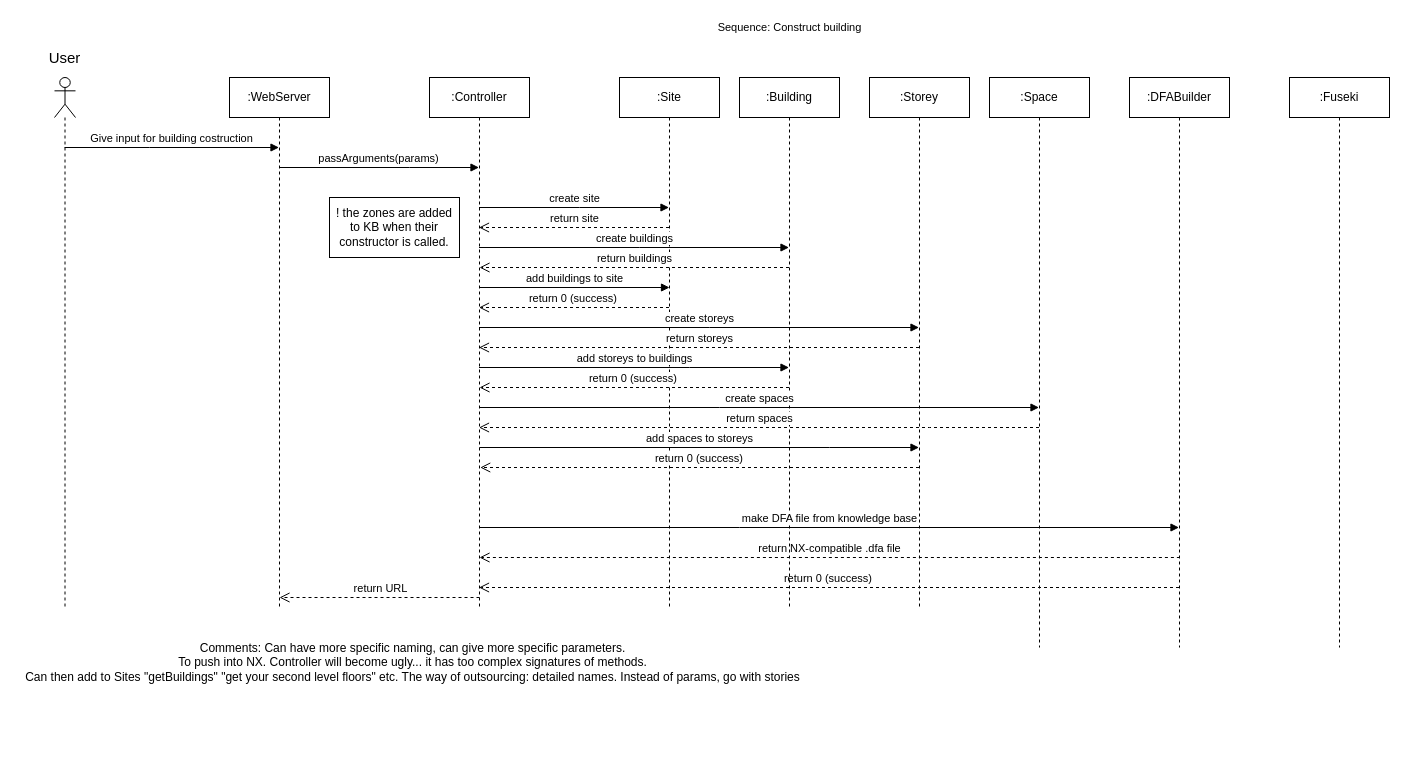
The draw.io diagram page "SeqConstruct" (5 of 9) of Diagrams/Diagrams.drawio in Hallvaeb/automation-p2-construction-knowledge-base, before the edit. Source tidied: cells renumbered, new cells numbered last; positions are measured from the earlier drawing's top-left corner, leaving out a move shared by most shapes. Both pictures are drawn from the tidied source at 100%, with x=0, y=0 at pixel (17, 17).
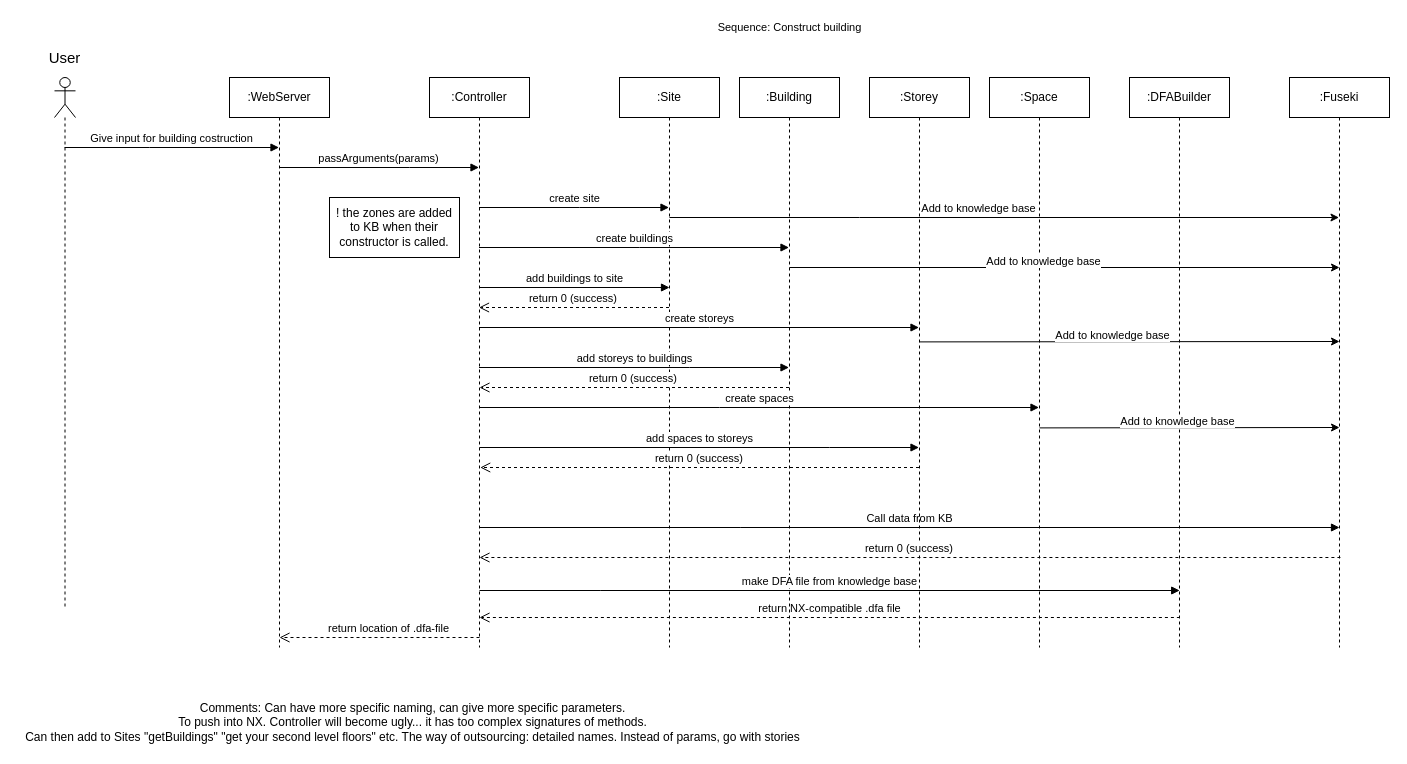
The same diagram, later.

The change refers to these unchanged cells:
```xml
<mxCell id="6" value=":DFABuilder" style="shape=umlLifeline;perimeter=lifelinePerimeter;whiteSpace=wrap;html=1;outlineConnect=0;" parent="1" vertex="1">
  <mxGeometry x="1112" y="60" width="100" height="570" as="geometry" />
</mxCell>
<mxCell id="13" value=":Space" style="shape=umlLifeline;perimeter=lifelinePerimeter;whiteSpace=wrap;html=1;outlineConnect=0;" parent="1" vertex="1">
  <mxGeometry x="972" y="60" width="100" height="570" as="geometry" />
</mxCell>
<mxCell id="34" value=":Fuseki" style="shape=umlLifeline;perimeter=lifelinePerimeter;whiteSpace=wrap;html=1;outlineConnect=0;" parent="1" vertex="1">
  <mxGeometry x="1272" y="60" width="100" height="570" as="geometry" />
</mxCell>
```

Change to the diagram source:
```diff
@@
     <mxCell id="3" value=":WebServer" style="shape=umlLifeline;perimeter=lifelinePerimeter;whiteSpace=wrap;html=1;outlineConnect=0;" parent="1" vertex="1">
-      <mxGeometry x="212" y="60" width="100" height="530" as="geometry" />
+      <mxGeometry x="212" y="60" width="100" height="570" as="geometry" />
     </mxCell>
@@
     <mxCell id="5" value=":Controller" style="shape=umlLifeline;perimeter=lifelinePerimeter;whiteSpace=wrap;html=1;outlineConnect=0;" parent="1" vertex="1">
-      <mxGeometry x="412" y="60" width="100" height="530" as="geometry" />
+      <mxGeometry x="412" y="60" width="100" height="570" as="geometry" />
     </mxCell>
+    <mxCell id="33" value="return location of .dfa-file" style="html=1;verticalAlign=bottom;endArrow=open;dashed=1;endSize=8;rounded=0;" parent="5" edge="1">
+      <mxGeometry x="-0.1" relative="1" as="geometry">
+        <mxPoint x="50" y="560" as="sourcePoint" />
+        <mxPoint x="-150" y="560" as="targetPoint" />
+        <Array as="points">
+          <mxPoint x="-49.1" y="560" />
+          <mxPoint x="-99.1" y="560" />
+        </Array>
+        <mxPoint x="-1" as="offset" />
+      </mxGeometry>
+    </mxCell>
@@
-    <mxCell id="9" value="return site" style="html=1;verticalAlign=bottom;endArrow=open;dashed=1;endSize=8;rounded=0;" parent="1" edge="1" source="17" target="5">
-      <mxGeometry relative="1" as="geometry">
-        <Array as="points">
-          <mxPoint x="562" y="210" />
-        </Array>
-      </mxGeometry>
-    </mxCell>
-    <mxCell id="10" value="return 0 (success)&amp;nbsp;" style="html=1;verticalAlign=bottom;endArrow=open;dashed=1;endSize=8;rounded=0;" parent="1" edge="1" source="6" target="5">
-      <mxGeometry relative="1" as="geometry">
-        <Array as="points">
-          <mxPoint x="1082" y="570" />
-        </Array>
-      </mxGeometry>
-    </mxCell>
@@
     <mxCell id="12" value="Comments: Can have more specific naming, can give more specific parameters. &lt;br&gt;To push into NX. Controller will become ugly... it has too complex signatures of methods.&lt;br&gt;Can then add to Sites &quot;getBuildings&quot; &quot;get your second level floors&quot; etc. The way of outsourcing: detailed names. Instead of params, go with stories" style="text;html=1;align=center;verticalAlign=middle;strokeColor=none;fillColor=none;" parent="1" vertex="1">
-      <mxGeometry y="620" width="790" height="50" as="geometry" />
+      <mxGeometry y="680" width="790" height="50" as="geometry" />
     </mxCell>
@@
-    <mxCell id="14" value=":Storey" style="shape=umlLifeline;perimeter=lifelinePerimeter;whiteSpace=wrap;html=1;outlineConnect=0;" parent="13" vertex="1">
-      <mxGeometry x="-120" width="100" height="530" as="geometry" />
-    </mxCell>
-    <mxCell id="15" value="return NX-compatible .dfa file" style="html=1;verticalAlign=bottom;endArrow=open;dashed=1;endSize=8;rounded=0;" parent="14" edge="1">
-      <mxGeometry relative="1" as="geometry">
-        <mxPoint x="310.4" y="480" as="sourcePoint" />
-        <mxPoint x="-390" y="480" as="targetPoint" />
-        <Array as="points">
-          <mxPoint x="230.9" y="480" />
-        </Array>
-      </mxGeometry>
-    </mxCell>
@@
     <mxCell id="17" value=":Site" style="shape=umlLifeline;perimeter=lifelinePerimeter;whiteSpace=wrap;html=1;outlineConnect=0;" parent="1" vertex="1">
-      <mxGeometry x="602" y="60" width="100" height="530" as="geometry" />
+      <mxGeometry x="602" y="60" width="100" height="570" as="geometry" />
     </mxCell>
@@
+    <mxCell id="35" style="endArrow=classic;html=1;rounded=0;" parent="17" edge="1" target="34">
+      <mxGeometry relative="1" as="geometry">
+        <mxPoint x="50" y="140" as="sourcePoint" />
+        <Array as="points">
+          <mxPoint x="240" y="140" />
+        </Array>
+      </mxGeometry>
+    </mxCell>
+    <mxCell id="36" value="Add to knowledge base" style="edgeLabel;html=1;align=center;verticalAlign=middle;" parent="35" vertex="1">
+      <mxGeometry x="-0.08" y="7" relative="1" as="geometry">
+        <mxPoint y="-3" as="offset" />
+      </mxGeometry>
+    </mxCell>
+    <mxCell id="15" value="return NX-compatible .dfa file" style="html=1;verticalAlign=bottom;endArrow=open;dashed=1;endSize=8;rounded=0;" parent="17" edge="1">
+      <mxGeometry relative="1" as="geometry">
+        <mxPoint x="560.4" y="540" as="sourcePoint" />
+        <mxPoint x="-140" y="540" as="targetPoint" />
+        <Array as="points">
+          <mxPoint x="480.9" y="540" />
+        </Array>
+      </mxGeometry>
+    </mxCell>
     <mxCell id="21" value=":Building" style="shape=umlLifeline;perimeter=lifelinePerimeter;whiteSpace=wrap;html=1;outlineConnect=0;" parent="1" vertex="1">
-      <mxGeometry x="722" y="60" width="100" height="530" as="geometry" />
+      <mxGeometry x="722" y="60" width="100" height="570" as="geometry" />
     </mxCell>
+    <mxCell id="32" value="make DFA file from knowledge base" style="html=1;verticalAlign=bottom;endArrow=block;rounded=0;edgeStyle=orthogonalEdgeStyle;" parent="21" edge="1">
+      <mxGeometry relative="1" as="geometry">
+        <mxPoint x="-260" y="513" as="sourcePoint" />
+        <mxPoint x="440.2" y="513" as="targetPoint" />
+        <Array as="points">
+          <mxPoint x="-139.3" y="513" />
+          <mxPoint x="-139.3" y="513" />
+        </Array>
+      </mxGeometry>
+    </mxCell>
+    <mxCell id="37" value="Call data from KB" style="html=1;verticalAlign=bottom;endArrow=block;rounded=0;edgeStyle=orthogonalEdgeStyle;" parent="21" edge="1">
+      <mxGeometry relative="1" as="geometry">
+        <mxPoint x="-260" y="450" as="sourcePoint" />
+        <mxPoint x="600" y="450" as="targetPoint" />
+        <Array as="points">
+          <mxPoint x="0.7" y="450" />
+          <mxPoint x="0.7" y="450" />
+        </Array>
+      </mxGeometry>
+    </mxCell>
@@
-    <mxCell id="25" value="return buildings" style="html=1;verticalAlign=bottom;endArrow=open;dashed=1;endSize=8;rounded=0;" parent="1" edge="1" source="21">
-      <mxGeometry relative="1" as="geometry">
-        <mxPoint x="462" y="250" as="targetPoint" />
-        <Array as="points">
-          <mxPoint x="562.7" y="250" />
-        </Array>
-      </mxGeometry>
-    </mxCell>
-    <mxCell id="26" value="return storeys" style="html=1;verticalAlign=bottom;endArrow=open;dashed=1;endSize=8;rounded=0;" parent="1" edge="1" source="14" target="5">
-      <mxGeometry relative="1" as="geometry">
-        <Array as="points">
-          <mxPoint x="682" y="330" />
-        </Array>
-      </mxGeometry>
-    </mxCell>
-    <mxCell id="27" value="return spaces" style="html=1;verticalAlign=bottom;endArrow=open;dashed=1;endSize=8;rounded=0;" parent="1" edge="1" source="13" target="5">
-      <mxGeometry relative="1" as="geometry">
-        <Array as="points">
-          <mxPoint x="912" y="410" />
-          <mxPoint x="732" y="410" />
-          <mxPoint x="522" y="410" />
-        </Array>
-      </mxGeometry>
-    </mxCell>
@@
-    <mxCell id="32" value="make DFA file from knowledge base" style="html=1;verticalAlign=bottom;endArrow=block;rounded=0;edgeStyle=orthogonalEdgeStyle;" parent="1" edge="1" source="5" target="6">
-      <mxGeometry relative="1" as="geometry">
-        <Array as="points">
-          <mxPoint x="722" y="510" />
-          <mxPoint x="722" y="510" />
-        </Array>
-      </mxGeometry>
-    </mxCell>
-    <mxCell id="33" value="return URL" style="html=1;verticalAlign=bottom;endArrow=open;dashed=1;endSize=8;rounded=0;" parent="1" edge="1">
-      <mxGeometry x="-0.01" relative="1" as="geometry">
-        <mxPoint x="462" y="580" as="sourcePoint" />
-        <mxPoint x="262" y="580" as="targetPoint" />
-        <Array as="points">
-          <mxPoint x="362.9" y="580" />
-          <mxPoint x="312.9" y="580" />
-        </Array>
-      </mxGeometry>
-    </mxCell>
@@
+    <mxCell id="38" style="endArrow=classic;html=1;rounded=0;" parent="1" edge="1">
+      <mxGeometry relative="1" as="geometry">
+        <mxPoint x="772" y="250" as="sourcePoint" />
+        <mxPoint x="1322" y="250" as="targetPoint" />
+      </mxGeometry>
+    </mxCell>
+    <mxCell id="39" value="Add to knowledge base" style="edgeLabel;html=1;align=center;verticalAlign=middle;" parent="38" vertex="1">
+      <mxGeometry x="-0.08" y="7" relative="1" as="geometry" />
+    </mxCell>
+    <mxCell id="40" style="endArrow=classic;html=1;rounded=0;" parent="1" edge="1">
+      <mxGeometry relative="1" as="geometry">
+        <mxPoint x="902" y="324.4" as="sourcePoint" />
+        <mxPoint x="1322" y="324" as="targetPoint" />
+      </mxGeometry>
+    </mxCell>
+    <mxCell id="41" value="Add to knowledge base" style="edgeLabel;html=1;align=center;verticalAlign=middle;" parent="40" vertex="1">
+      <mxGeometry x="-0.08" y="7" relative="1" as="geometry" />
+    </mxCell>
+    <mxCell id="42" style="endArrow=classic;html=1;rounded=0;" parent="1" edge="1">
+      <mxGeometry relative="1" as="geometry">
+        <mxPoint x="1022" y="410.4" as="sourcePoint" />
+        <mxPoint x="1322" y="410" as="targetPoint" />
+      </mxGeometry>
+    </mxCell>
+    <mxCell id="43" value="Add to knowledge base" style="edgeLabel;html=1;align=center;verticalAlign=middle;" parent="42" vertex="1">
+      <mxGeometry x="-0.08" y="7" relative="1" as="geometry" />
+    </mxCell>
+    <mxCell id="14" value=":Storey" style="shape=umlLifeline;perimeter=lifelinePerimeter;whiteSpace=wrap;html=1;outlineConnect=0;" parent="1" vertex="1">
+      <mxGeometry x="852" y="60" width="100" height="570" as="geometry" />
+    </mxCell>
+    <mxCell id="10" value="return 0 (success)&amp;nbsp;" style="html=1;verticalAlign=bottom;endArrow=open;dashed=1;endSize=8;rounded=0;" parent="1" edge="1">
+      <mxGeometry relative="1" as="geometry">
+        <mxPoint x="1322.9" y="540" as="sourcePoint" />
+        <mxPoint x="462" y="540" as="targetPoint" />
+        <Array as="points">
+          <mxPoint x="1243.4" y="540" />
+          <mxPoint x="702.7" y="540" />
+        </Array>
+      </mxGeometry>
+    </mxCell>
```
